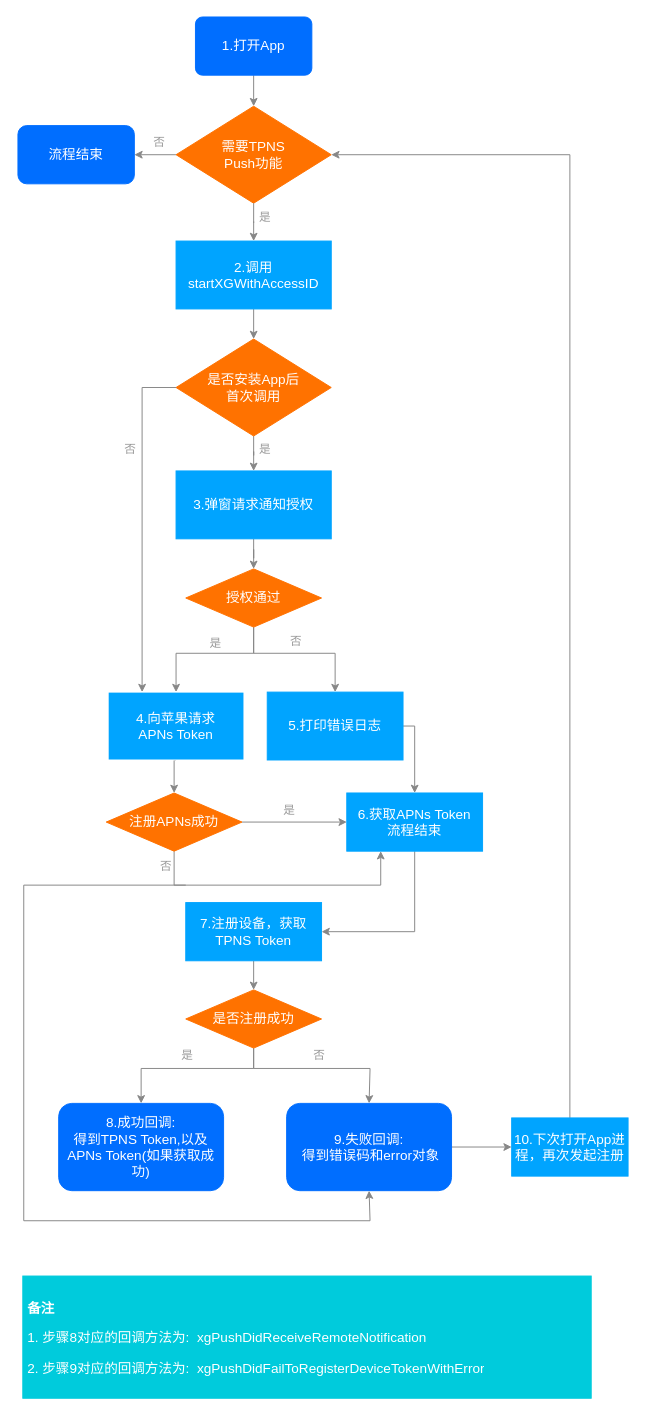
Before: register.drawio in muyanbiao/tpnsFlowChart, a draw.io diagram. Source tidied: cells renumbered, new cells numbered last; positions are measured from the earlier drawing's top-left corner, leaving out a move shared by most shapes. Both pictures are drawn from the tidied source at 97%, with x=0, y=0 at pixel (17, 16).
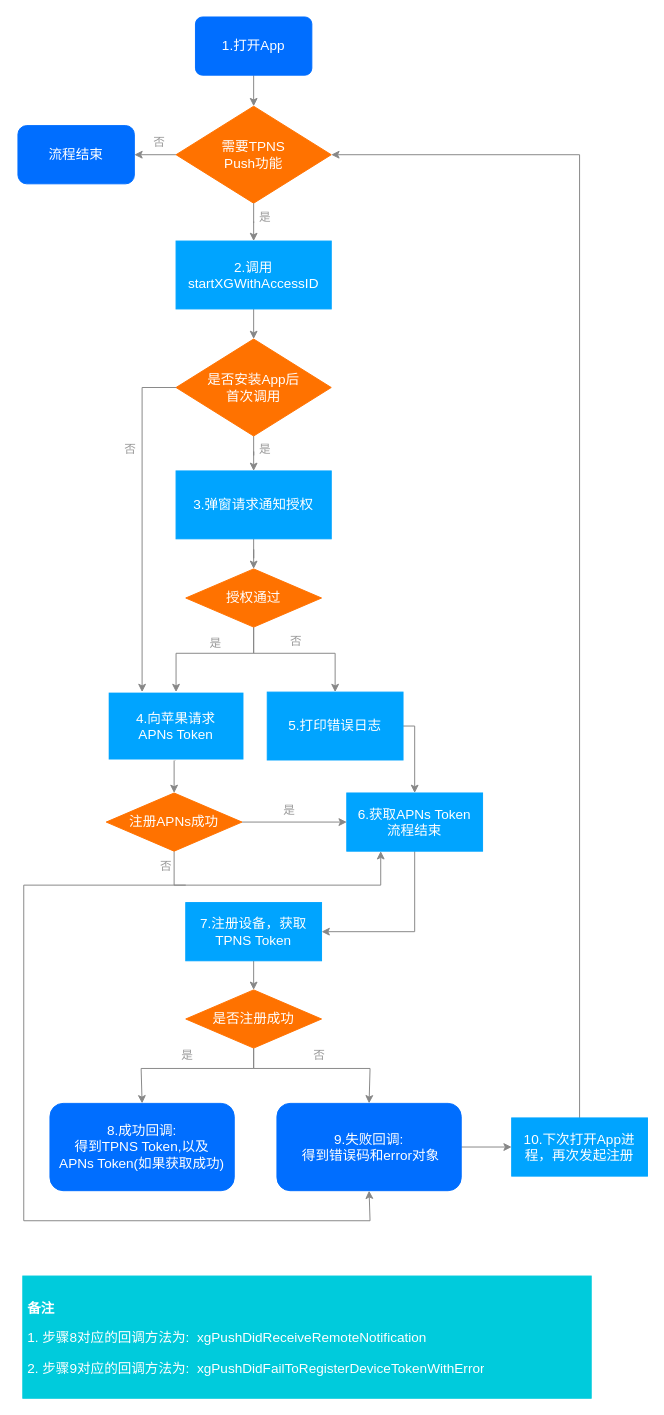
Above is the later version.

What changed in the source:
```diff
@@
-    <mxCell id="8" value="需要TPNS &lt;br&gt;Push功能" style="rhombus;whiteSpace=wrap;html=1;fontColor=#FFFFFF;fillColor=#FF7200;strokeColor=#FF7200;fontSize=14;" parent="1" vertex="1">
+    <mxCell id="8" value="需要TPNS&lt;br&gt;Push功能" style="rhombus;whiteSpace=wrap;html=1;fontColor=#FFFFFF;fillColor=#FF7200;strokeColor=#FF7200;fontSize=14;" parent="1" vertex="1">
       <mxGeometry x="163" y="92" width="160" height="100" as="geometry" />
     </mxCell>
@@
     <mxCell id="31" value="&lt;font style=&quot;font-size: 14px&quot;&gt;8.成功回调: &lt;br style=&quot;font-size: 14px&quot;&gt;得到TPNS Token,以及&lt;br&gt;APNs Token(如果获取成功)&lt;/font&gt;" style="rounded=1;whiteSpace=wrap;html=1;fontColor=#FFFFFF;fillColor=#006EFF;strokeColor=#006EFF;fontSize=14;" parent="1" vertex="1">
-      <mxGeometry x="42" y="1120" width="170" height="90" as="geometry" />
+      <mxGeometry x="33" y="1120" width="190" height="90" as="geometry" />
     </mxCell>
@@
     <mxCell id="33" value="&lt;font style=&quot;font-size: 14px;&quot;&gt;9.失败回调:&lt;br style=&quot;font-size: 14px;&quot;&gt;&amp;nbsp;得到错误码和error对象&lt;/font&gt;" style="rounded=1;whiteSpace=wrap;html=1;fontColor=#FFFFFF;fillColor=#006EFF;strokeColor=#006EFF;fontSize=14;horizontal=1;verticalAlign=middle;" parent="1" vertex="1">
-      <mxGeometry x="277" y="1120" width="170" height="90" as="geometry" />
+      <mxGeometry x="267" y="1120" width="190" height="90" as="geometry" />
     </mxCell>
@@
-    <mxCell id="35" value="10.下次打开App进程，再次发起注册" style="rounded=0;whiteSpace=wrap;html=1;fontColor=#FFFFFF;fillColor=#00A4FF;strokeColor=#00A4FF;fontSize=14;" parent="1" vertex="1">
-      <mxGeometry x="509" y="1135" width="120" height="60" as="geometry" />
+    <mxCell id="35" value="10.下次打开App进&lt;br&gt;程，再次发起注册" style="rounded=0;whiteSpace=wrap;html=1;fontColor=#FFFFFF;fillColor=#00A4FF;strokeColor=#00A4FF;fontSize=14;" parent="1" vertex="1">
+      <mxGeometry x="509" y="1135" width="140" height="60" as="geometry" />
     </mxCell>
```
